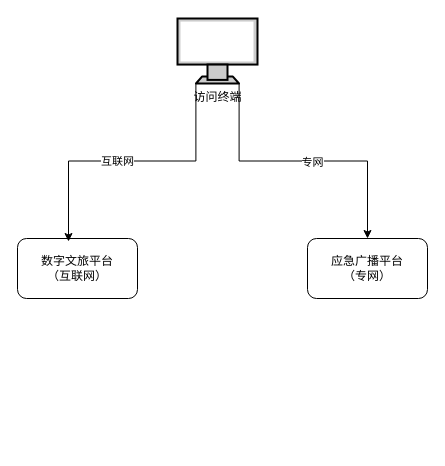
Before: 应急广播平台.drawio in z-cloud-z/draw, a draw.io diagram. Source tidied: cells renumbered, new cells numbered last; positions are measured from the earlier drawing's top-left corner, leaving out a move shared by most shapes. Both pictures are drawn from the tidied source at 100%, with x=0, y=0 at pixel (17, 18).
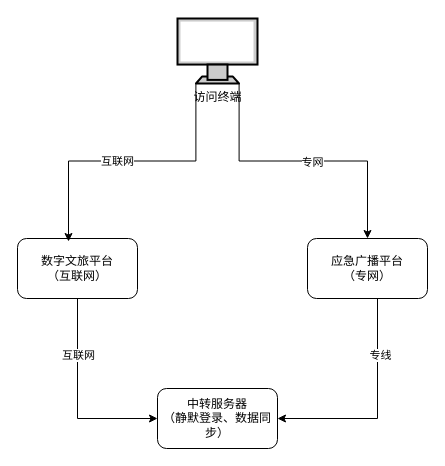
After the change.

Commit message (it also covers changes not shown here):
更新应急广播平台.drawio

What changed in the source:
```diff
@@
 <mxGraphModel>
   <root>
     <mxCell id="0" />
     <mxCell id="1" parent="0" />
+    <mxCell id="9" style="edgeStyle=orthogonalEdgeStyle;rounded=0;jettySize=auto;html=1;entryX=0;entryY=0.5;entryDx=0;entryDy=0;" parent="1" edge="1" source="2" target="13">
+      <mxGeometry relative="1" as="geometry">
+        <Array as="points">
+          <mxPoint x="60" y="400" />
+        </Array>
+      </mxGeometry>
+    </mxCell>
+    <mxCell id="10" value="互联网" style="edgeLabel;html=1;align=center;verticalAlign=middle;" parent="9" vertex="1">
+      <mxGeometry x="-0.44" relative="1" as="geometry" />
+    </mxCell>
     <mxCell id="2" value="数字文旅平台&lt;br&gt;（互联网）" style="rounded=1;whiteSpace=wrap;html=1;" parent="1" vertex="1">
       <mxGeometry y="220" width="120" height="60" as="geometry" />
     </mxCell>
+    <mxCell id="11" style="edgeStyle=orthogonalEdgeStyle;rounded=0;jettySize=auto;html=1;entryX=1;entryY=0.5;entryDx=0;entryDy=0;" parent="1" edge="1" source="3" target="13">
+      <mxGeometry relative="1" as="geometry">
+        <Array as="points">
+          <mxPoint x="360" y="400" />
+        </Array>
+      </mxGeometry>
+    </mxCell>
+    <mxCell id="12" value="专线" style="edgeLabel;html=1;align=center;verticalAlign=middle;" parent="11" vertex="1">
+      <mxGeometry x="-0.49" y="2" relative="1" as="geometry" />
+    </mxCell>
     <mxCell id="3" value="应急广播平台&lt;div&gt;（专网）&lt;/div&gt;" style="rounded=1;whiteSpace=wrap;html=1;" parent="1" vertex="1">
       <mxGeometry x="290" y="220" width="120" height="60" as="geometry" />
     </mxCell>
     <mxCell id="4" style="edgeStyle=orthogonalEdgeStyle;rounded=0;jettySize=auto;html=1;entryX=0.5;entryY=0;entryDx=0;entryDy=0;exitX=0.77;exitY=1;exitDx=0;exitDy=0;exitPerimeter=0;" parent="1" edge="1" source="6" target="3">
       <mxGeometry relative="1" as="geometry" />
     </mxCell>
     <mxCell id="5" value="专网" style="edgeLabel;html=1;align=center;verticalAlign=middle;" parent="4" vertex="1">
       <mxGeometry x="0.06" relative="1" as="geometry">
         <mxPoint y="1" as="offset" />
       </mxGeometry>
     </mxCell>
     <mxCell id="6" value="访问终端" style="fontColor=#000000;verticalAlign=top;verticalLabelPosition=bottom;labelPosition=center;align=center;html=1;outlineConnect=0;fillColor=#CCCCCC;strokeColor=#000000;gradientColor=none;gradientDirection=north;strokeWidth=2;shape=mxgraph.networks.monitor;" parent="1" vertex="1">
       <mxGeometry x="160" width="80" height="65" as="geometry" />
     </mxCell>
     <mxCell id="7" style="edgeStyle=orthogonalEdgeStyle;rounded=0;jettySize=auto;html=1;entryX=0.425;entryY=0.05;entryDx=0;entryDy=0;entryPerimeter=0;exitX=0.23;exitY=1;exitDx=0;exitDy=0;exitPerimeter=0;" parent="1" edge="1" source="6" target="2">
       <mxGeometry relative="1" as="geometry" />
     </mxCell>
     <mxCell id="8" value="互联网" style="edgeLabel;html=1;align=center;verticalAlign=middle;" parent="7" vertex="1">
       <mxGeometry x="0.09" y="-1" relative="1" as="geometry">
         <mxPoint y="1" as="offset" />
       </mxGeometry>
     </mxCell>
+    <mxCell id="13" value="中转服务器&lt;div&gt;（静默登录、数据同步）&lt;/div&gt;" style="rounded=1;whiteSpace=wrap;html=1;" parent="1" vertex="1">
+      <mxGeometry x="140" y="370" width="120" height="60" as="geometry" />
+    </mxCell>
   </root>
 </mxGraphModel>
```
